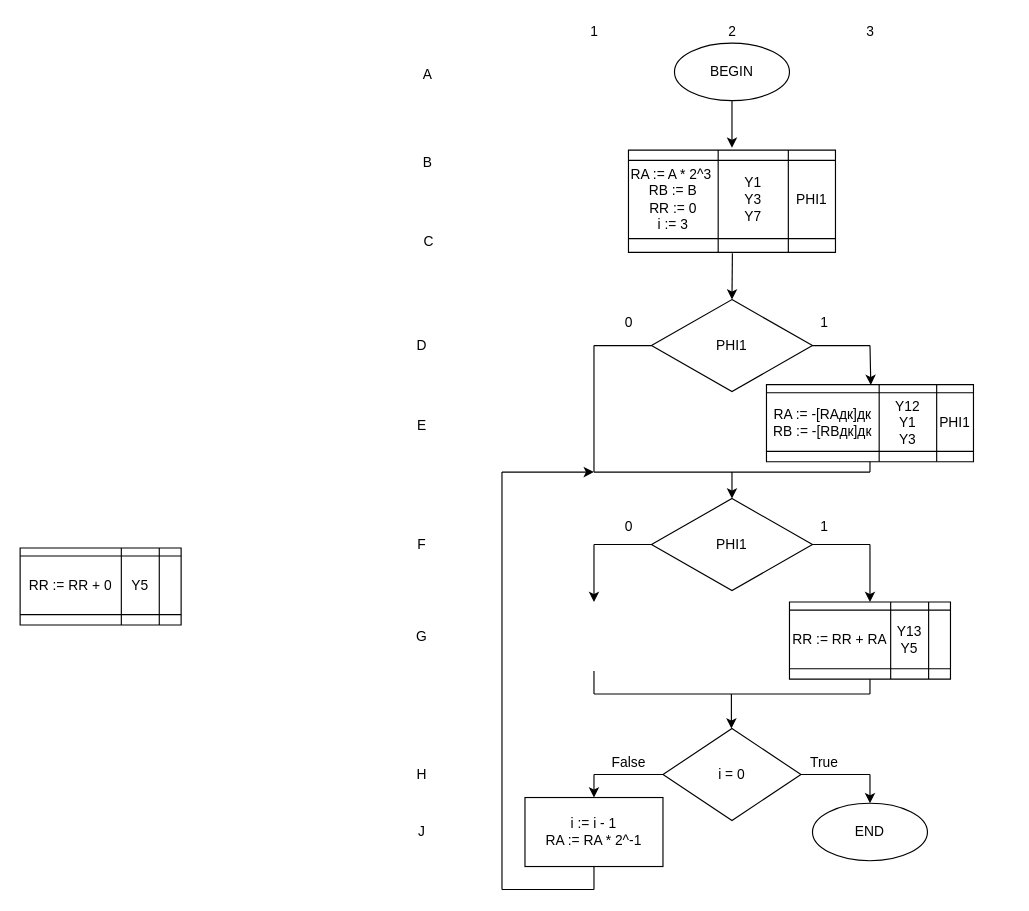
This is Блок операций_2_Умножение_M.drawio from TimurQQ/Workshop, a draw.io file, before an edit. Source tidied: cells renumbered, new cells numbered last; positions are measured from the earlier drawing's top-left corner, leaving out a move shared by most shapes. Both pictures are drawn from the tidied source at 115%, with x=0, y=0 at pixel (20, 20).
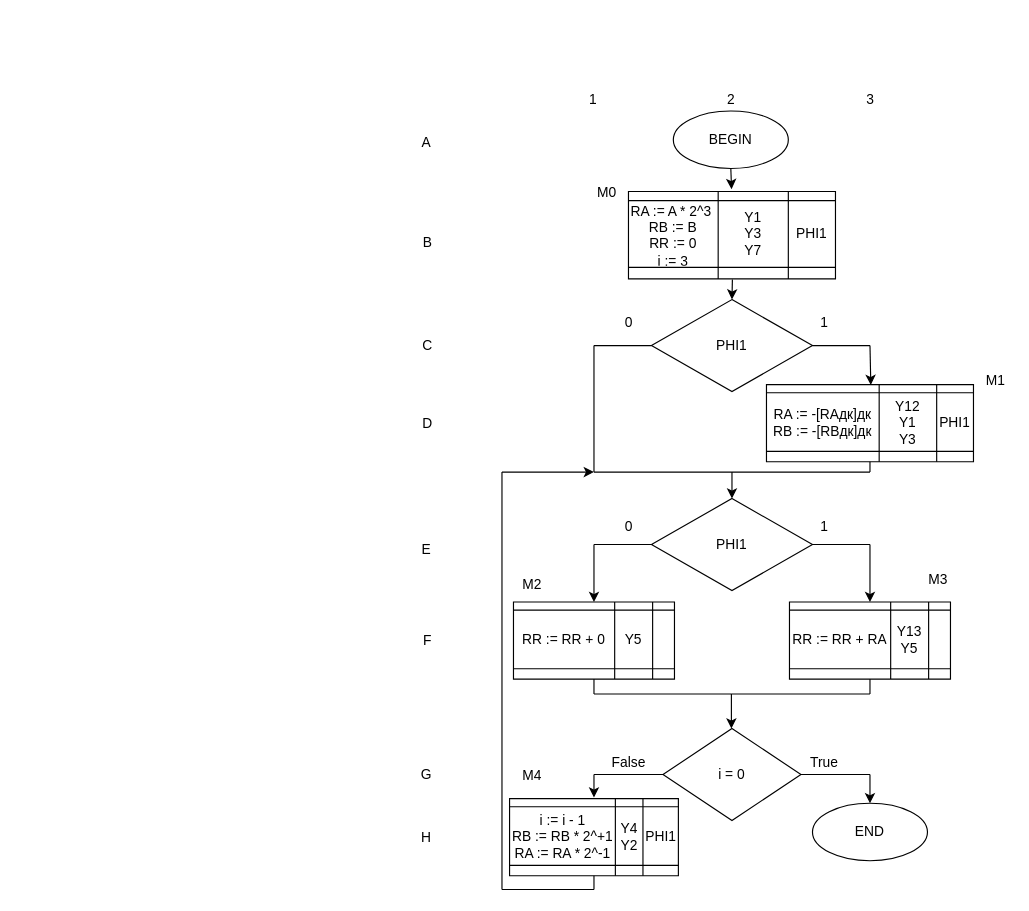
Above is the later version.

What changed in the source:
```diff
@@
     <mxCell id="2" value="BEGIN" style="ellipse;whiteSpace=wrap;html=1;" parent="1" vertex="1">
-      <mxGeometry x="569" y="20" width="100" height="50" as="geometry" />
+      <mxGeometry x="568" y="79" width="100" height="50" as="geometry" />
     </mxCell>
-    <mxCell id="3" style="endArrow=classic;html=1;rounded=0;" parent="1" edge="1" source="2">
-      <mxGeometry relative="1" as="geometry">
-        <mxPoint x="619" y="111" as="targetPoint" />
-      </mxGeometry>
+    <mxCell id="3" style="endArrow=classic;html=1;rounded=0;entryX=0.498;entryY=-0.251;entryDx=0;entryDy=0;entryPerimeter=0;" parent="1" edge="1" source="2" target="54">
+      <mxGeometry relative="1" as="geometry" />
     </mxCell>
@@
-    <mxCell id="31" value="i := i - 1&lt;br&gt;RA := RA * 2^-1" style="rounded=0;whiteSpace=wrap;html=1;strokeWidth=1;" parent="1" vertex="1">
-      <mxGeometry x="439" y="676" width="120" height="60" as="geometry" />
-    </mxCell>
-    <mxCell id="32" style="endArrow=classic;html=1;rounded=0;entryX=0.5;entryY=0;entryDx=0;entryDy=0;" parent="1" edge="1" target="31">
+    <mxCell id="32" style="endArrow=classic;html=1;rounded=0;entryX=0.5;entryY=0;entryDx=0;entryDy=0;" parent="1" edge="1">
       <mxGeometry relative="1" as="geometry">
         <mxPoint x="499" y="656" as="sourcePoint" />
+        <mxPoint x="499" y="676" as="targetPoint" />
       </mxGeometry>
     </mxCell>
-    <mxCell id="33" style="endArrow=none;html=1;rounded=0;exitX=0.5;exitY=1;exitDx=0;exitDy=0;" parent="1" edge="1" source="31">
+    <mxCell id="33" style="endArrow=none;html=1;rounded=0;exitX=0.5;exitY=1;exitDx=0;exitDy=0;" parent="1" edge="1">
       <mxGeometry relative="1" as="geometry">
+        <mxPoint x="499" y="736" as="sourcePoint" />
         <mxPoint x="499" y="756" as="targetPoint" />
       </mxGeometry>
     </mxCell>
@@
     <mxCell id="37" value="1" style="text;html=1;align=center;verticalAlign=middle;strokeColor=none;fillColor=none;" parent="1" vertex="1">
-      <mxGeometry x="489" width="20" height="20" as="geometry" />
+      <mxGeometry x="488" y="59" width="20" height="20" as="geometry" />
     </mxCell>
     <mxCell id="38" value="2" style="text;html=1;align=center;verticalAlign=middle;strokeColor=none;fillColor=none;" parent="1" vertex="1">
-      <mxGeometry x="609" width="20" height="20" as="geometry" />
+      <mxGeometry x="608" y="59" width="20" height="20" as="geometry" />
     </mxCell>
     <mxCell id="39" value="3" style="text;html=1;align=center;verticalAlign=middle;strokeColor=none;fillColor=none;" parent="1" vertex="1">
-      <mxGeometry x="729" width="20" height="20" as="geometry" />
+      <mxGeometry x="729" y="59" width="20" height="20" as="geometry" />
     </mxCell>
     <mxCell id="40" value="A" style="text;html=1;align=center;verticalAlign=middle;strokeColor=none;fillColor=none;" parent="1" vertex="1">
-      <mxGeometry x="344" y="38" width="20" height="20" as="geometry" />
+      <mxGeometry x="343" y="97" width="20" height="20" as="geometry" />
     </mxCell>
     <mxCell id="41" value="B" style="text;html=1;align=center;verticalAlign=middle;strokeColor=none;fillColor=none;" parent="1" vertex="1">
-      <mxGeometry x="344" y="114" width="20" height="20" as="geometry" />
+      <mxGeometry x="344" y="183.5" width="20" height="20" as="geometry" />
     </mxCell>
@@
     <mxCell id="46" value="D" style="text;html=1;align=center;verticalAlign=middle;strokeColor=none;fillColor=none;" parent="1" vertex="1">
-      <mxGeometry x="339" y="273" width="20" height="20" as="geometry" />
+      <mxGeometry x="344" y="340.5" width="20" height="20" as="geometry" />
     </mxCell>
     <mxCell id="47" value="E" style="text;html=1;align=center;verticalAlign=middle;strokeColor=none;fillColor=none;" parent="1" vertex="1">
-      <mxGeometry x="339" y="343" width="20" height="20" as="geometry" />
+      <mxGeometry x="343" y="451" width="20" height="20" as="geometry" />
     </mxCell>
     <mxCell id="48" value="F" style="text;html=1;align=center;verticalAlign=middle;strokeColor=none;fillColor=none;" parent="1" vertex="1">
-      <mxGeometry x="339" y="446" width="20" height="20" as="geometry" />
+      <mxGeometry x="344" y="529.5" width="20" height="20" as="geometry" />
     </mxCell>
     <mxCell id="49" value="G" style="text;html=1;align=center;verticalAlign=middle;strokeColor=none;fillColor=none;" parent="1" vertex="1">
-      <mxGeometry x="339" y="526" width="20" height="20" as="geometry" />
+      <mxGeometry x="343" y="646" width="20" height="20" as="geometry" />
     </mxCell>
     <mxCell id="50" value="H" style="text;html=1;align=center;verticalAlign=middle;strokeColor=none;fillColor=none;" parent="1" vertex="1">
-      <mxGeometry x="339" y="646" width="20" height="20" as="geometry" />
+      <mxGeometry x="343" y="700.5" width="20" height="20" as="geometry" />
     </mxCell>
-    <mxCell id="51" value="J" style="text;html=1;align=center;verticalAlign=middle;strokeColor=none;fillColor=none;" parent="1" vertex="1">
-      <mxGeometry x="339" y="696" width="20" height="20" as="geometry" />
-    </mxCell>
     <mxCell id="52" value="C" style="text;html=1;align=center;verticalAlign=middle;strokeColor=none;fillColor=none;" parent="1" vertex="1">
-      <mxGeometry x="345" y="184" width="19" height="18" as="geometry" />
+      <mxGeometry x="344" y="274" width="19" height="18" as="geometry" />
     </mxCell>
     <mxCell id="53" style="shape=table;html=1;whiteSpace=wrap;startSize=0;childLayout=tableLayout;" parent="1" vertex="1">
-      <mxGeometry x="529" y="113" width="180" height="89" as="geometry" />
+      <mxGeometry x="529" y="149" width="180" height="76" as="geometry" />
     </mxCell>
     <mxCell id="54" style="shape=tableRow;horizontal=0;startSize=0;swimlaneHead=0;swimlaneBody=0;top=0;left=0;bottom=0;right=0;fillColor=none;points=[[0,0.5],[1,0.5]];portConstraint=eastwest;" parent="53" vertex="1">
-      <mxGeometry width="180" height="9" as="geometry" />
+      <mxGeometry width="180" height="8" as="geometry" />
     </mxCell>
     <mxCell id="55" style="shape=partialRectangle;html=1;whiteSpace=wrap;fillColor=none;top=0;left=0;bottom=0;right=0;overflow=hidden;" parent="54" vertex="1">
-      <mxGeometry width="78" height="9" as="geometry" />
+      <mxGeometry width="78" height="8" as="geometry" />
     </mxCell>
     <mxCell id="56" style="shape=partialRectangle;html=1;whiteSpace=wrap;fillColor=none;top=0;left=0;bottom=0;right=0;overflow=hidden;" parent="54" vertex="1">
-      <mxGeometry x="78" width="61" height="9" as="geometry" />
+      <mxGeometry x="78" width="61" height="8" as="geometry" />
     </mxCell>
     <mxCell id="57" style="shape=partialRectangle;html=1;whiteSpace=wrap;fillColor=none;top=0;left=0;bottom=0;right=0;overflow=hidden;" parent="54" vertex="1">
-      <mxGeometry x="139" width="41" height="9" as="geometry" />
+      <mxGeometry x="139" width="41" height="8" as="geometry" />
     </mxCell>
     <mxCell id="58" style="shape=tableRow;horizontal=0;startSize=0;swimlaneHead=0;swimlaneBody=0;top=0;left=0;bottom=0;right=0;fillColor=none;" parent="53" vertex="1">
-      <mxGeometry y="9" width="180" height="68" as="geometry" />
+      <mxGeometry y="8" width="180" height="58" as="geometry" />
     </mxCell>
     <mxCell id="59" value="&lt;span&gt;RA := A * 2^3&amp;nbsp;&lt;/span&gt;&lt;br&gt;&lt;span&gt;RB := B&lt;br&gt;RR := 0&lt;br&gt;i := 3&lt;br&gt;&lt;/span&gt;" style="shape=partialRectangle;html=1;whiteSpace=wrap;fillColor=none;top=0;left=0;bottom=0;right=0;overflow=hidden;" parent="58" vertex="1">
-      <mxGeometry width="78" height="68" as="geometry" />
+      <mxGeometry width="78" height="58" as="geometry" />
     </mxCell>
     <mxCell id="60" value="Y1&lt;br&gt;Y3&lt;br&gt;Y7" style="shape=partialRectangle;html=1;whiteSpace=wrap;fillColor=none;top=0;left=0;bottom=0;right=0;overflow=hidden;" parent="58" vertex="1">
-      <mxGeometry x="78" width="61" height="68" as="geometry" />
+      <mxGeometry x="78" width="61" height="58" as="geometry" />
     </mxCell>
     <mxCell id="61" value="PHI1" style="shape=partialRectangle;html=1;whiteSpace=wrap;fillColor=none;top=0;left=0;bottom=0;right=0;overflow=hidden;" parent="58" vertex="1">
-      <mxGeometry x="139" width="41" height="68" as="geometry" />
+      <mxGeometry x="139" width="41" height="58" as="geometry" />
     </mxCell>
     <mxCell id="62" style="shape=tableRow;horizontal=0;startSize=0;swimlaneHead=0;swimlaneBody=0;top=0;left=0;bottom=0;right=0;fillColor=none;points=[[0,0.5],[1,0.5]];portConstraint=eastwest;" parent="53" vertex="1">
-      <mxGeometry y="77" width="180" height="12" as="geometry" />
+      <mxGeometry y="66" width="180" height="10" as="geometry" />
     </mxCell>
     <mxCell id="63" style="shape=partialRectangle;html=1;whiteSpace=wrap;fillColor=none;top=0;left=0;bottom=0;right=0;overflow=hidden;" parent="62" vertex="1">
-      <mxGeometry width="78" height="12" as="geometry" />
+      <mxGeometry width="78" height="10" as="geometry" />
     </mxCell>
     <mxCell id="64" style="shape=partialRectangle;html=1;whiteSpace=wrap;fillColor=none;top=0;left=0;bottom=0;right=0;overflow=hidden;" parent="62" vertex="1">
-      <mxGeometry x="78" width="61" height="12" as="geometry" />
+      <mxGeometry x="78" width="61" height="10" as="geometry" />
     </mxCell>
     <mxCell id="65" style="shape=partialRectangle;html=1;whiteSpace=wrap;fillColor=none;top=0;left=0;bottom=0;right=0;overflow=hidden;" parent="62" vertex="1">
-      <mxGeometry x="139" width="41" height="12" as="geometry" />
+      <mxGeometry x="139" width="41" height="10" as="geometry" />
     </mxCell>
@@
     <mxCell id="92" style="shape=table;html=1;whiteSpace=wrap;startSize=0;childLayout=tableLayout;" parent="1" vertex="1">
-      <mxGeometry y="459" width="140" height="67" as="geometry" />
+      <mxGeometry x="429" y="506" width="140" height="67" as="geometry" />
     </mxCell>
@@
+    <mxCell id="105" style="shape=table;html=1;whiteSpace=wrap;startSize=0;childLayout=tableLayout;" parent="1" vertex="1">
+      <mxGeometry x="425.6" y="677" width="146.8" height="67" as="geometry" />
+    </mxCell>
+    <mxCell id="106" style="shape=tableRow;horizontal=0;startSize=0;swimlaneHead=0;swimlaneBody=0;top=0;left=0;bottom=0;right=0;fillColor=none;" parent="105" vertex="1">
+      <mxGeometry width="146.8" height="7" as="geometry" />
+    </mxCell>
+    <mxCell id="107" style="shape=partialRectangle;html=1;whiteSpace=wrap;fillColor=none;top=0;left=0;bottom=0;right=0;overflow=hidden;" parent="106" vertex="1">
+      <mxGeometry width="92" height="7" as="geometry" />
+    </mxCell>
+    <mxCell id="108" style="shape=partialRectangle;html=1;whiteSpace=wrap;fillColor=none;top=0;left=0;bottom=0;right=0;overflow=hidden;" parent="106" vertex="1">
+      <mxGeometry x="92" width="24" height="7" as="geometry" />
+    </mxCell>
+    <mxCell id="109" style="shape=partialRectangle;html=1;whiteSpace=wrap;fillColor=none;top=0;left=0;bottom=0;right=0;overflow=hidden;" parent="106" vertex="1">
+      <mxGeometry x="116" width="31" height="7" as="geometry" />
+    </mxCell>
+    <mxCell id="110" style="shape=tableRow;horizontal=0;startSize=0;swimlaneHead=0;swimlaneBody=0;top=0;left=0;bottom=0;right=0;fillColor=none;" parent="105" vertex="1">
+      <mxGeometry y="7" width="146.8" height="51" as="geometry" />
+    </mxCell>
+    <mxCell id="111" value="i := i - 1&lt;br&gt;&lt;span&gt;RB := RB * 2^+1&lt;br&gt;RA := RA * 2^-1&lt;br&gt;&lt;/span&gt;" style="shape=partialRectangle;html=1;whiteSpace=wrap;fillColor=none;top=0;left=0;bottom=0;right=0;overflow=hidden;" parent="110" vertex="1">
+      <mxGeometry width="92" height="51" as="geometry" />
+    </mxCell>
+    <mxCell id="112" value="Y4&lt;br&gt;Y2" style="shape=partialRectangle;html=1;whiteSpace=wrap;fillColor=none;top=0;left=0;bottom=0;right=0;overflow=hidden;" parent="110" vertex="1">
+      <mxGeometry x="92" width="24" height="51" as="geometry" />
+    </mxCell>
+    <mxCell id="113" value="PHI1" style="shape=partialRectangle;html=1;whiteSpace=wrap;fillColor=none;top=0;left=0;bottom=0;right=0;overflow=hidden;" parent="110" vertex="1">
+      <mxGeometry x="116" width="31" height="51" as="geometry" />
+    </mxCell>
+    <mxCell id="114" style="shape=tableRow;horizontal=0;startSize=0;swimlaneHead=0;swimlaneBody=0;top=0;left=0;bottom=0;right=0;fillColor=none;" parent="105" vertex="1">
+      <mxGeometry y="58" width="146.8" height="9" as="geometry" />
+    </mxCell>
+    <mxCell id="115" style="shape=partialRectangle;html=1;whiteSpace=wrap;fillColor=none;top=0;left=0;bottom=0;right=0;overflow=hidden;" parent="114" vertex="1">
+      <mxGeometry width="92" height="9" as="geometry" />
+    </mxCell>
+    <mxCell id="116" style="shape=partialRectangle;html=1;whiteSpace=wrap;fillColor=none;top=0;left=0;bottom=0;right=0;overflow=hidden;" parent="114" vertex="1">
+      <mxGeometry x="92" width="24" height="9" as="geometry" />
+    </mxCell>
+    <mxCell id="117" style="shape=partialRectangle;html=1;whiteSpace=wrap;fillColor=none;top=0;left=0;bottom=0;right=0;overflow=hidden;" parent="114" vertex="1">
+      <mxGeometry x="116" width="31" height="9" as="geometry" />
+    </mxCell>
+    <mxCell id="118" value="M0" style="text;html=1;align=center;verticalAlign=middle;strokeColor=none;fillColor=none;" parent="1" vertex="1">
+      <mxGeometry x="496" y="141" width="27" height="18" as="geometry" />
+    </mxCell>
+    <mxCell id="119" value="M1" style="text;html=1;align=center;verticalAlign=middle;strokeColor=none;fillColor=none;" parent="1" vertex="1">
+      <mxGeometry x="834" y="305" width="27" height="18" as="geometry" />
+    </mxCell>
+    <mxCell id="120" value="M2" style="text;html=1;align=center;verticalAlign=middle;strokeColor=none;fillColor=none;" parent="1" vertex="1">
+      <mxGeometry x="431" y="482" width="27" height="18" as="geometry" />
+    </mxCell>
+    <mxCell id="121" value="M3" style="text;html=1;align=center;verticalAlign=middle;strokeColor=none;fillColor=none;" parent="1" vertex="1">
+      <mxGeometry x="784" y="478" width="27" height="18" as="geometry" />
+    </mxCell>
+    <mxCell id="122" value="M4" style="text;html=1;align=center;verticalAlign=middle;strokeColor=none;fillColor=none;" parent="1" vertex="1">
+      <mxGeometry x="431" y="648" width="27" height="18" as="geometry" />
+    </mxCell>
```
